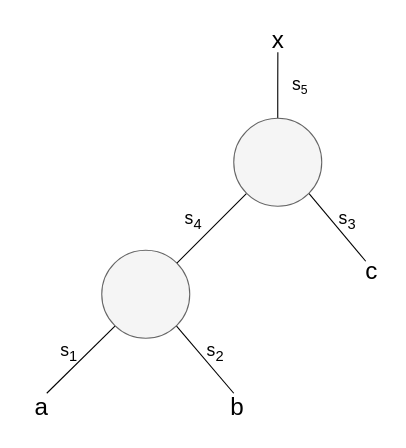
The draw.io diagram arithmetization.drawio in Phillip-Kemper/thesis-drawings, before the edit. Source tidied: cells renumbered, new cells numbered last; positions are measured from the earlier drawing's top-left corner, leaving out a move shared by most shapes. Both pictures are drawn from the tidied source at 110%, with x=0, y=0 at pixel (19, 19).
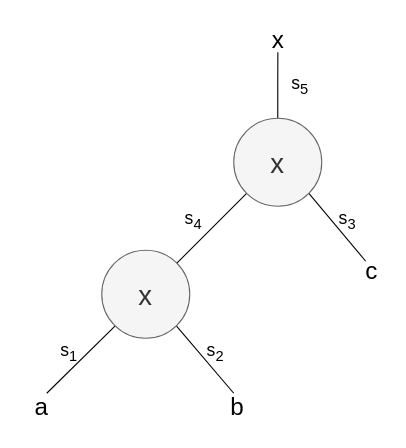
After the change.

Change to the diagram source:
```diff
@@
-    <mxCell id="2" style="ellipse;whiteSpace=wrap;html=1;fillColor=#f5f5f5;fontColor=#333333;strokeColor=#666666;" parent="1" vertex="1">
+    <mxCell id="2" value="&lt;font style=&quot;font-size: 25px;&quot;&gt;x&lt;/font&gt;" style="ellipse;whiteSpace=wrap;html=1;fillColor=#f5f5f5;fontColor=#333333;strokeColor=#666666;" parent="1" vertex="1">
       <mxGeometry x="75" y="210" width="80" height="80" as="geometry" />
     </mxCell>
@@
-    <mxCell id="6" style="ellipse;whiteSpace=wrap;html=1;fillColor=#f5f5f5;fontColor=#333333;strokeColor=#666666;" parent="1" vertex="1">
+    <mxCell id="6" value="&lt;font style=&quot;font-size: 25px;&quot;&gt;x&lt;/font&gt;" style="ellipse;whiteSpace=wrap;html=1;fillColor=#f5f5f5;fontColor=#333333;strokeColor=#666666;" parent="1" vertex="1">
       <mxGeometry x="195" y="90" width="80" height="80" as="geometry" />
     </mxCell>
@@
-    <mxCell id="16" value="&lt;font style=&quot;&quot;&gt;&lt;font style=&quot;font-size: 16px;&quot;&gt;s&lt;/font&gt;&lt;font style=&quot;font-size: 13.3333px;&quot;&gt;&lt;sub&gt;5&lt;/sub&gt;&lt;/font&gt;&lt;/font&gt;" style="text;html=1;align=center;verticalAlign=middle;strokeColor=none;fillColor=none;" parent="1" vertex="1">
-      <mxGeometry x="235" y="45" width="40" height="30" as="geometry" />
+    <mxCell id="16" value="&lt;font style=&quot;font-size: 16px;&quot;&gt;&lt;font style=&quot;font-size: 16px;&quot;&gt;s&lt;/font&gt;&lt;font style=&quot;font-size: 16px;&quot;&gt;&lt;sub&gt;5&lt;/sub&gt;&lt;/font&gt;&lt;/font&gt;" style="text;html=1;align=center;verticalAlign=middle;strokeColor=none;fillColor=none;" parent="1" vertex="1">
+      <mxGeometry x="235" y="40" width="40" height="40" as="geometry" />
     </mxCell>
```
